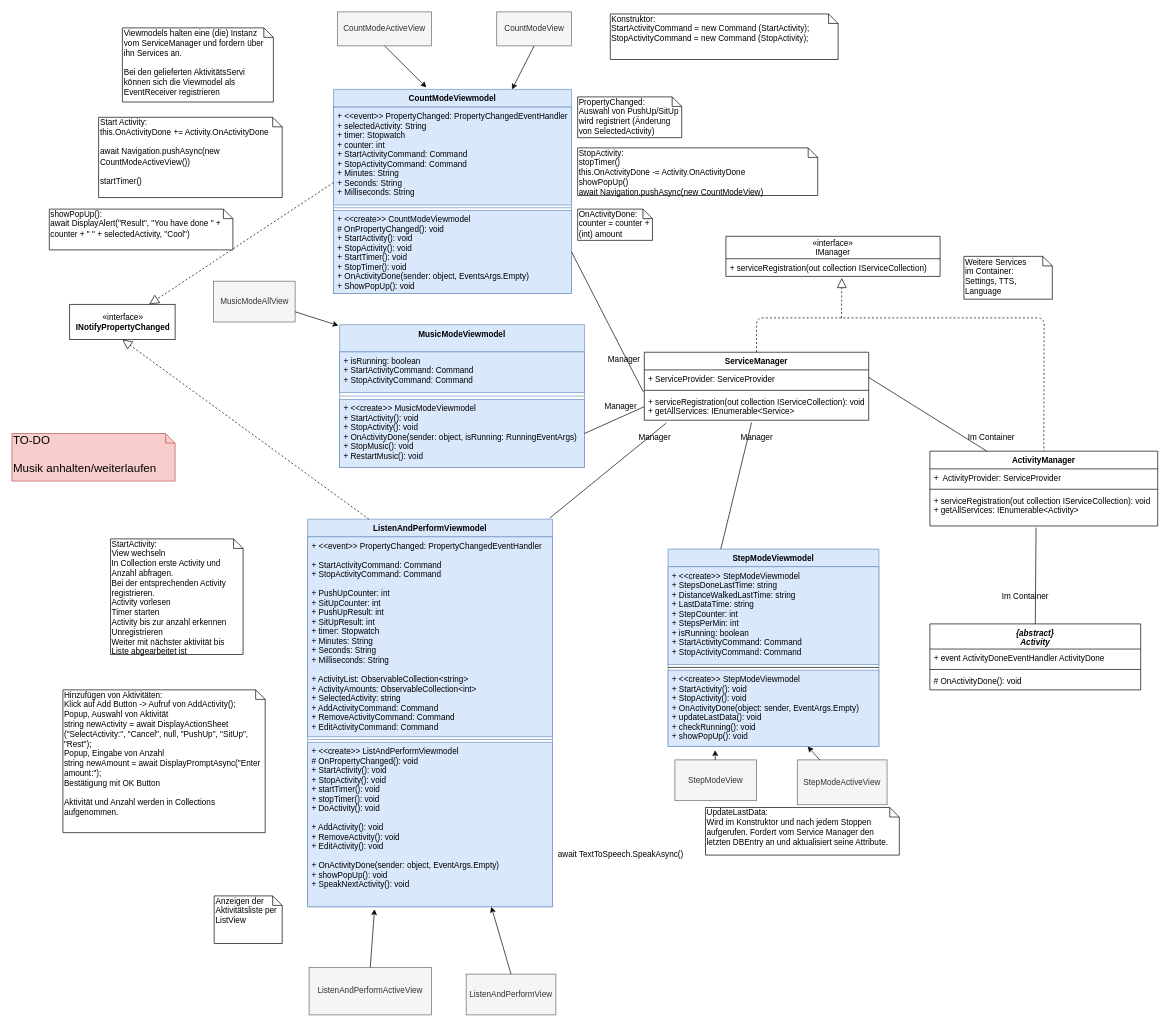
This is Entwurf/WeitereViewmodels.drawio from vlle1/dokumente-earablesKIT, a draw.io file, before an edit. Source tidied: cells renumbered, new cells numbered last; positions are measured from the earlier drawing's top-left corner, leaving out a move shared by most shapes. Both pictures are drawn from the tidied source at 68%, with x=0, y=0 at pixel (12, 12).
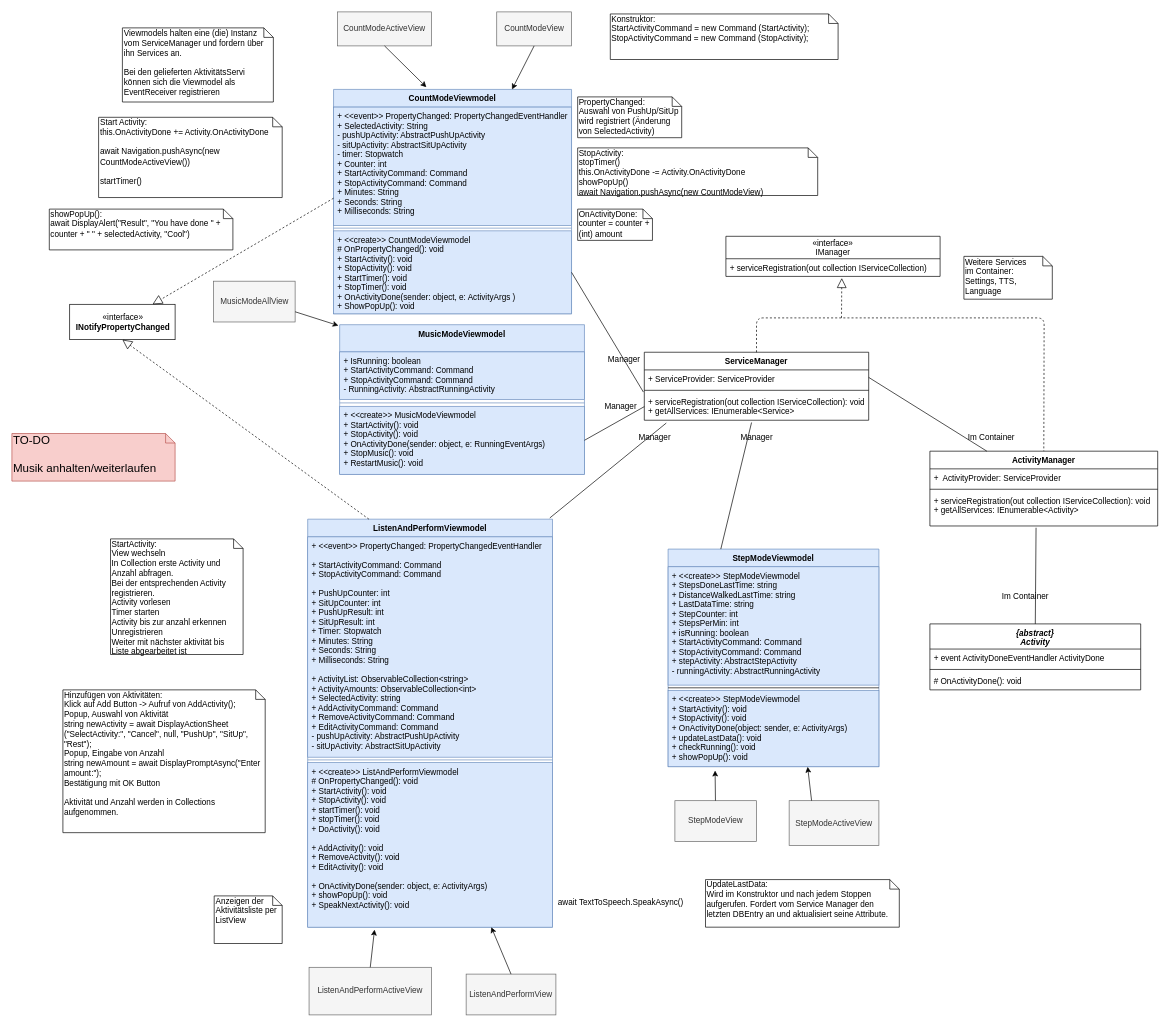
The same page after the edit.

Commit message:
Kleine Änderungen an den Viewmodels

What changed in the source:
```diff
@@
     <mxCell id="2" value="CountModeViewmodel&#10;" style="swimlane;fontStyle=1;align=center;verticalAlign=top;horizontal=1;startSize=26;fillColor=#dae8fc;strokeColor=#6c8ebf;" parent="1" vertex="1">
-      <mxGeometry x="473" y="114" width="350" height="300" as="geometry" />
+      <mxGeometry x="473" y="114" width="350" height="330" as="geometry" />
     </mxCell>
-    <mxCell id="3" value="+ &lt;&lt;event&gt;&gt; PropertyChanged: PropertyChangedEventHandler&#10;+ selectedActivity: String&#10;+ timer: Stopwatch&#10;+ counter: int&#10;+ StartActivityCommand: Command&#10;+ StopActivityCommand: Command&#10;+ Minutes: String&#10;+ Seconds: String&#10;+ Milliseconds: String" style="text;strokeColor=#6c8ebf;fillColor=#dae8fc;align=left;verticalAlign=top;spacingLeft=4;spacingRight=4;overflow=hidden;points=[[0,0.5],[1,0.5]];portConstraint=eastwest;" parent="2" vertex="1">
-      <mxGeometry y="26" width="350" height="144" as="geometry" />
+    <mxCell id="3" value="+ &lt;&lt;event&gt;&gt; PropertyChanged: PropertyChangedEventHandler&#10;+ SelectedActivity: String&#10;- pushUpActivity: AbstractPushUpActivity&#10;- sitUpActivity: AbstractSitUpActivity&#10;- timer: Stopwatch&#10;+ Counter: int&#10;+ StartActivityCommand: Command&#10;+ StopActivityCommand: Command&#10;+ Minutes: String&#10;+ Seconds: String&#10;+ Milliseconds: String" style="text;strokeColor=#6c8ebf;fillColor=#dae8fc;align=left;verticalAlign=top;spacingLeft=4;spacingRight=4;overflow=hidden;points=[[0,0.5],[1,0.5]];portConstraint=eastwest;" parent="2" vertex="1">
+      <mxGeometry y="26" width="350" height="174" as="geometry" />
     </mxCell>
     <mxCell id="4" style="line;strokeWidth=1;fillColor=#dae8fc;align=left;verticalAlign=middle;spacingTop=-1;spacingLeft=3;spacingRight=3;labelPosition=right;strokeColor=#6c8ebf;" parent="2" vertex="1">
-      <mxGeometry y="170" width="350" height="8" as="geometry" />
+      <mxGeometry y="200" width="350" height="8" as="geometry" />
     </mxCell>
-    <mxCell id="5" value="+ &lt;&lt;create&gt;&gt; CountModeViewmodel&#10;# OnPropertyChanged(): void&#10;+ StartActivity(): void&#10;+ StopActivity(): void&#10;+ StartTimer(): void&#10;+ StopTimer(): void&#10;+ OnActivityDone(sender: object, EventsArgs.Empty)&#10;+ ShowPopUp(): void&#10;" style="text;align=left;verticalAlign=top;spacingLeft=4;spacingRight=4;overflow=hidden;points=[[0,0.5],[1,0.5]];portConstraint=eastwest;fillColor=#dae8fc;strokeColor=#6c8ebf;" parent="2" vertex="1">
-      <mxGeometry y="178" width="350" height="122" as="geometry" />
+    <mxCell id="5" value="+ &lt;&lt;create&gt;&gt; CountModeViewmodel&#10;# OnPropertyChanged(): void&#10;+ StartActivity(): void&#10;+ StopActivity(): void&#10;+ StartTimer(): void&#10;+ StopTimer(): void&#10;+ OnActivityDone(sender: object, e: ActivityArgs )&#10;+ ShowPopUp(): void&#10;" style="text;align=left;verticalAlign=top;spacingLeft=4;spacingRight=4;overflow=hidden;points=[[0,0.5],[1,0.5]];portConstraint=eastwest;fillColor=#dae8fc;strokeColor=#6c8ebf;" parent="2" vertex="1">
+      <mxGeometry y="208" width="350" height="122" as="geometry" />
     </mxCell>
@@
     <mxCell id="37" value="MusicModeViewmodel" style="swimlane;fontStyle=1;align=center;verticalAlign=top;horizontal=1;startSize=40;fillColor=#dae8fc;strokeColor=#6c8ebf;" parent="1" vertex="1">
-      <mxGeometry x="482" y="460" width="360" height="210" as="geometry" />
+      <mxGeometry x="482" y="460" width="360" height="220" as="geometry" />
     </mxCell>
-    <mxCell id="38" value="+ isRunning: boolean&#10;+ StartActivityCommand: Command&#10;+ StopActivityCommand: Command&#10;" style="text;strokeColor=#6c8ebf;fillColor=#dae8fc;align=left;verticalAlign=top;spacingLeft=4;spacingRight=4;overflow=hidden;" parent="37" vertex="1">
-      <mxGeometry y="40" width="360" height="60" as="geometry" />
+    <mxCell id="38" value="+ IsRunning: boolean&#10;+ StartActivityCommand: Command&#10;+ StopActivityCommand: Command&#10;- RunningActivity: AbstractRunningActivity&#10;" style="text;strokeColor=#6c8ebf;fillColor=#dae8fc;align=left;verticalAlign=top;spacingLeft=4;spacingRight=4;overflow=hidden;" parent="37" vertex="1">
+      <mxGeometry y="40" width="360" height="70" as="geometry" />
     </mxCell>
     <mxCell id="39" style="line;strokeWidth=1;fillColor=#dae8fc;align=left;verticalAlign=middle;spacingTop=-1;spacingLeft=3;spacingRight=3;labelPosition=right;strokeColor=#6c8ebf;" parent="37" vertex="1">
-      <mxGeometry y="100" width="360" height="10" as="geometry" />
+      <mxGeometry y="110" width="360" height="10" as="geometry" />
     </mxCell>
-    <mxCell id="40" value="+ &lt;&lt;create&gt;&gt; MusicModeViewmodel&#10;+ StartActivity(): void&#10;+ StopActivity(): void&#10;+ OnActivityDone(sender: object, isRunning: RunningEventArgs)&#10;+ StopMusic(): void&#10;+ RestartMusic(): void" style="text;strokeColor=#6c8ebf;fillColor=#dae8fc;align=left;verticalAlign=top;spacingLeft=4;spacingRight=4;overflow=hidden;points=[[0,0.5],[1,0.5]];portConstraint=eastwest;" parent="37" vertex="1">
-      <mxGeometry y="110" width="360" height="100" as="geometry" />
+    <mxCell id="40" value="+ &lt;&lt;create&gt;&gt; MusicModeViewmodel&#10;+ StartActivity(): void&#10;+ StopActivity(): void&#10;+ OnActivityDone(sender: object, e: RunningEventArgs)&#10;+ StopMusic(): void&#10;+ RestartMusic(): void" style="text;strokeColor=#6c8ebf;fillColor=#dae8fc;align=left;verticalAlign=top;spacingLeft=4;spacingRight=4;overflow=hidden;points=[[0,0.5],[1,0.5]];portConstraint=eastwest;" parent="37" vertex="1">
+      <mxGeometry y="120" width="360" height="100" as="geometry" />
     </mxCell>
     <mxCell id="41" value="StepModeViewmodel" style="swimlane;fontStyle=1;align=center;verticalAlign=top;horizontal=1;startSize=26;fillColor=#dae8fc;strokeColor=#6c8ebf;" parent="1" vertex="1">
-      <mxGeometry x="965" y="790" width="310" height="290" as="geometry" />
+      <mxGeometry x="965" y="790" width="310" height="320" as="geometry" />
     </mxCell>
-    <mxCell id="42" value="+ &lt;&lt;create&gt;&gt; StepModeViewmodel&#10;+ StepsDoneLastTime: string&#10;+ DistanceWalkedLastTime: string&#10;+ LastDataTime: string&#10;+ StepCounter: int&#10;+ StepsPerMin: int&#10;+ isRunning: boolean&#10;+ StartActivityCommand: Command&#10;+ StopActivityCommand: Command" style="text;strokeColor=#6c8ebf;fillColor=#dae8fc;align=left;verticalAlign=top;spacingLeft=4;spacingRight=4;overflow=hidden;" parent="41" vertex="1">
-      <mxGeometry y="26" width="310" height="144" as="geometry" />
+    <mxCell id="42" value="+ &lt;&lt;create&gt;&gt; StepModeViewmodel&#10;+ StepsDoneLastTime: string&#10;+ DistanceWalkedLastTime: string&#10;+ LastDataTime: string&#10;+ StepCounter: int&#10;+ StepsPerMin: int&#10;+ isRunning: boolean&#10;+ StartActivityCommand: Command&#10;+ StopActivityCommand: Command&#10;+ stepActivity: AbstractStepActivity&#10;- runningActivity: AbstractRunningActivity" style="text;strokeColor=#6c8ebf;fillColor=#dae8fc;align=left;verticalAlign=top;spacingLeft=4;spacingRight=4;overflow=hidden;" parent="41" vertex="1">
+      <mxGeometry y="26" width="310" height="174" as="geometry" />
     </mxCell>
     <mxCell id="43" style="line;strokeWidth=1;fillColor=none;align=left;verticalAlign=middle;spacingTop=-1;spacingLeft=3;spacingRight=3;labelPosition=right;" parent="41" vertex="1">
-      <mxGeometry y="170" width="310" height="8" as="geometry" />
+      <mxGeometry y="200" width="310" height="8" as="geometry" />
     </mxCell>
-    <mxCell id="44" value="+ &lt;&lt;create&gt;&gt; StepModeViewmodel&#10;+ StartActivity(): void&#10;+ StopActivity(): void&#10;+ OnActivityDone(object: sender, EventArgs.Empty)&#10;+ updateLastData(): void&#10;+ checkRunning(): void&#10;+ showPopUp(): void&#10;" style="text;strokeColor=#6c8ebf;fillColor=#dae8fc;align=left;verticalAlign=top;spacingLeft=4;spacingRight=4;overflow=hidden;points=[[0,0.5],[1,0.5]];portConstraint=eastwest;" parent="41" vertex="1">
-      <mxGeometry y="178" width="310" height="112" as="geometry" />
+    <mxCell id="44" value="+ &lt;&lt;create&gt;&gt; StepModeViewmodel&#10;+ StartActivity(): void&#10;+ StopActivity(): void&#10;+ OnActivityDone(object: sender, e: ActivityArgs)&#10;+ updateLastData(): void&#10;+ checkRunning(): void&#10;+ showPopUp(): void&#10;" style="text;strokeColor=#6c8ebf;fillColor=#dae8fc;align=left;verticalAlign=top;spacingLeft=4;spacingRight=4;overflow=hidden;points=[[0,0.5],[1,0.5]];portConstraint=eastwest;" parent="41" vertex="1">
+      <mxGeometry y="208" width="310" height="112" as="geometry" />
     </mxCell>
     <mxCell id="45" value="ListenAndPerformViewmodel" style="swimlane;fontStyle=1;align=center;verticalAlign=top;horizontal=1;startSize=26;fillColor=#dae8fc;strokeColor=#6c8ebf;" parent="1" vertex="1">
-      <mxGeometry x="435" y="746" width="360" height="570" as="geometry" />
+      <mxGeometry x="435" y="746" width="360" height="600" as="geometry" />
     </mxCell>
-    <mxCell id="46" value="+ &lt;&lt;event&gt;&gt; PropertyChanged: PropertyChangedEventHandler&#10;&#10;+ StartActivityCommand: Command&#10;+ StopActivityCommand: Command&#10;&#10;+ PushUpCounter: int&#10;+ SitUpCounter: int&#10;+ PushUpResult: int&#10;+ SitUpResult: int&#10;+ timer: Stopwatch&#10;+ Minutes: String&#10;+ Seconds: String&#10;+ Milliseconds: String&#10;&#10;+ ActivityList: ObservableCollection&lt;string&gt;&#10;+ ActivityAmounts: ObservableCollection&lt;int&gt;&#10;+ SelectedActivity: string&#10;+ AddActivityCommand: Command&#10;+ RemoveActivityCommand: Command&#10;+ EditActivityCommand: Command&#10;" style="text;strokeColor=#6c8ebf;fillColor=#dae8fc;align=left;verticalAlign=top;spacingLeft=4;spacingRight=4;overflow=hidden;" parent="45" vertex="1">
-      <mxGeometry y="26" width="360" height="294" as="geometry" />
+    <mxCell id="46" value="+ &lt;&lt;event&gt;&gt; PropertyChanged: PropertyChangedEventHandler&#10;&#10;+ StartActivityCommand: Command&#10;+ StopActivityCommand: Command&#10;&#10;+ PushUpCounter: int&#10;+ SitUpCounter: int&#10;+ PushUpResult: int&#10;+ SitUpResult: int&#10;+ Timer: Stopwatch&#10;+ Minutes: String&#10;+ Seconds: String&#10;+ Milliseconds: String&#10;&#10;+ ActivityList: ObservableCollection&lt;string&gt;&#10;+ ActivityAmounts: ObservableCollection&lt;int&gt;&#10;+ SelectedActivity: string&#10;+ AddActivityCommand: Command&#10;+ RemoveActivityCommand: Command&#10;+ EditActivityCommand: Command&#10;- pushUpActivity: AbstractPushUpActivity&#10;- sitUpActivity: AbstractSitUpActivity&#10;" style="text;strokeColor=#6c8ebf;fillColor=#dae8fc;align=left;verticalAlign=top;spacingLeft=4;spacingRight=4;overflow=hidden;" parent="45" vertex="1">
+      <mxGeometry y="26" width="360" height="324" as="geometry" />
     </mxCell>
     <mxCell id="47" style="line;strokeWidth=1;fillColor=#dae8fc;align=left;verticalAlign=middle;spacingTop=-1;spacingLeft=3;spacingRight=3;labelPosition=right;strokeColor=#6c8ebf;" parent="45" vertex="1">
-      <mxGeometry y="320" width="360" height="8" as="geometry" />
+      <mxGeometry y="350" width="360" height="8" as="geometry" />
     </mxCell>
-    <mxCell id="48" value="+ &lt;&lt;create&gt;&gt; ListAndPerformViewmodel&#10;# OnPropertyChanged(): void&#10;+ StartActivity(): void&#10;+ StopActivity(): void&#10;+ startTimer(): void&#10;+ stopTimer(): void&#10;+ DoActivity(): void&#10;&#10;+ AddActivity(): void&#10;+ RemoveActivity(): void&#10;+ EditActivity(): void&#10;&#10;+ OnActivityDone(sender: object, EventArgs.Empty)&#10;+ showPopUp(): void&#10;+ SpeakNextActivity(): void" style="text;strokeColor=#6c8ebf;fillColor=#dae8fc;align=left;verticalAlign=top;spacingLeft=4;spacingRight=4;overflow=hidden;points=[[0,0.5],[1,0.5]];portConstraint=eastwest;" parent="45" vertex="1">
-      <mxGeometry y="328" width="360" height="242" as="geometry" />
+    <mxCell id="48" value="+ &lt;&lt;create&gt;&gt; ListAndPerformViewmodel&#10;# OnPropertyChanged(): void&#10;+ StartActivity(): void&#10;+ StopActivity(): void&#10;+ startTimer(): void&#10;+ stopTimer(): void&#10;+ DoActivity(): void&#10;&#10;+ AddActivity(): void&#10;+ RemoveActivity(): void&#10;+ EditActivity(): void&#10;&#10;+ OnActivityDone(sender: object, e: ActivityArgs)&#10;+ showPopUp(): void&#10;+ SpeakNextActivity(): void" style="text;strokeColor=#6c8ebf;fillColor=#dae8fc;align=left;verticalAlign=top;spacingLeft=4;spacingRight=4;overflow=hidden;points=[[0,0.5],[1,0.5]];portConstraint=eastwest;" parent="45" vertex="1">
+      <mxGeometry y="358" width="360" height="242" as="geometry" />
     </mxCell>
@@
     <mxCell id="59" value="StepModeView" style="rounded=0;whiteSpace=wrap;html=1;fillColor=#f5f5f5;strokeColor=#666666;fontColor=#333333;" parent="1" vertex="1">
-      <mxGeometry x="975" y="1100" width="120" height="60" as="geometry" />
+      <mxGeometry x="975" y="1160" width="120" height="60" as="geometry" />
     </mxCell>
@@
     <mxCell id="61" value="StepModeActiveView" style="rounded=0;whiteSpace=wrap;html=1;fillColor=#f5f5f5;strokeColor=#666666;fontColor=#333333;" parent="1" vertex="1">
-      <mxGeometry x="1155" y="1100" width="132" height="66" as="geometry" />
+      <mxGeometry x="1143" y="1160" width="132" height="66" as="geometry" />
     </mxCell>
@@
     <mxCell id="70" value="UpdateLastData:&lt;br&gt;Wird im Konstruktor und nach jedem Stoppen aufgerufen. Fordert vom Service Manager den letzten DBEntry an und aktualisiert seine Attribute." style="shape=note;whiteSpace=wrap;html=1;size=14;verticalAlign=top;align=left;spacingTop=-6;" parent="1" vertex="1">
-      <mxGeometry x="1020" y="1170" width="285" height="70" as="geometry" />
+      <mxGeometry x="1020" y="1276" width="285" height="70" as="geometry" />
     </mxCell>
@@
     <mxCell id="73" value="await TextToSpeech.SpeakAsync()" style="text;html=1;align=center;verticalAlign=middle;" parent="1" vertex="1">
-      <mxGeometry x="795" y="1230" width="200" height="20" as="geometry" />
+      <mxGeometry x="795" y="1300" width="200" height="20" as="geometry" />
     </mxCell>
```
